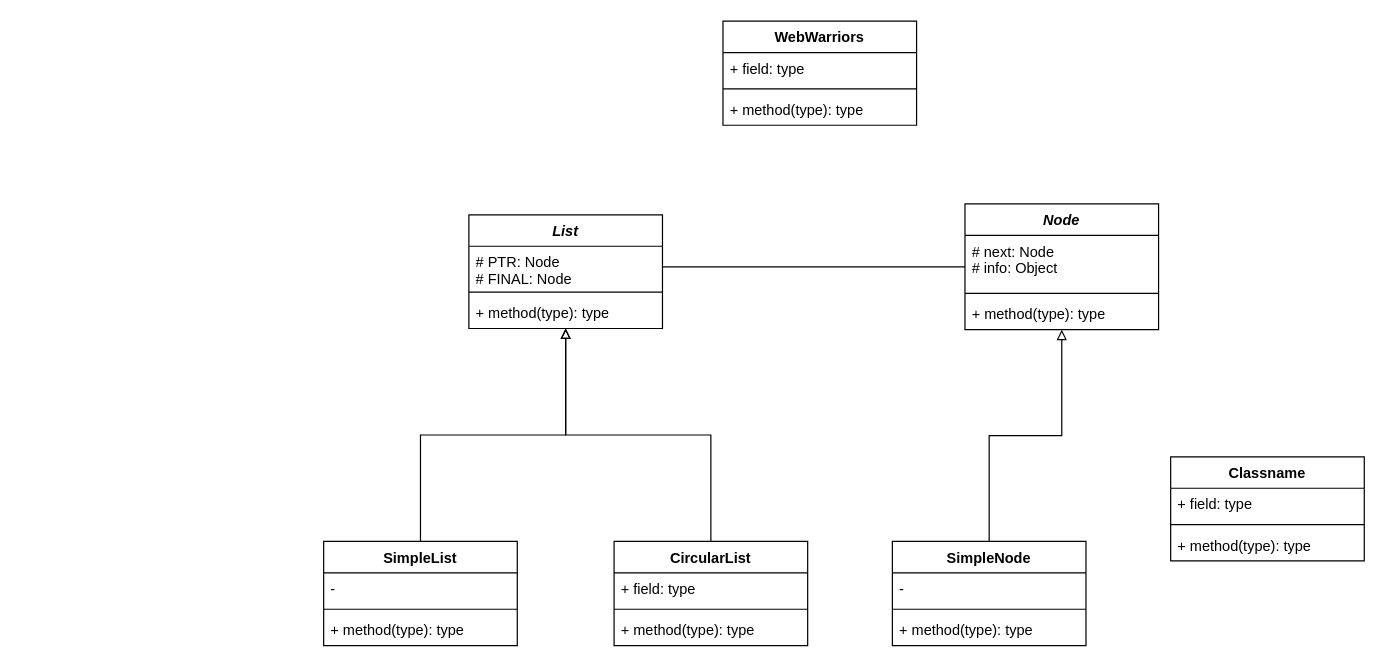
This is Web warriors.drawio from Ally2403/Web-Warriors, a draw.io file, before an edit. Source tidied: cells renumbered, new cells numbered last; positions are measured from the earlier drawing's top-left corner, leaving out a move shared by most shapes. Both pictures are drawn from the tidied source at 121%, with x=0, y=0 at pixel (323, 21).
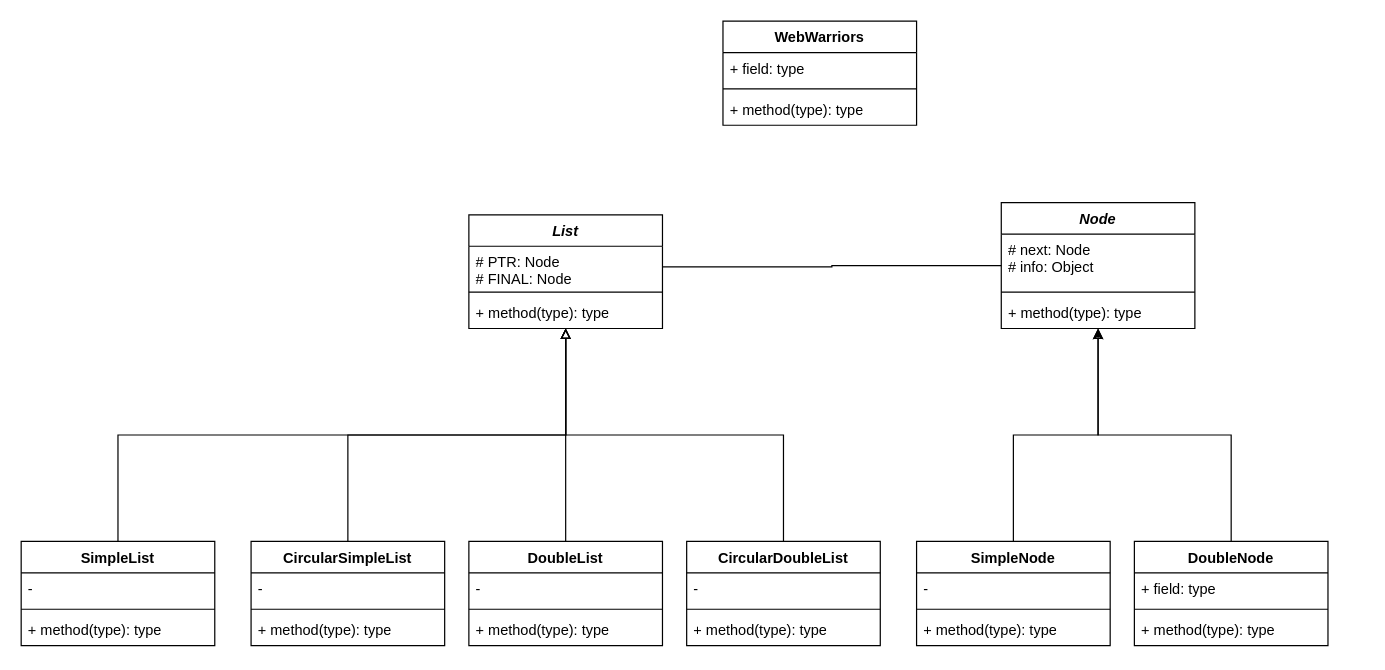
The same diagram, later.

Commit message:
List classes added.drawio

The change refers to these unchanged cells:
```xml
<mxCell id="6" value="&lt;i&gt;List&lt;/i&gt;" style="swimlane;fontStyle=1;align=center;verticalAlign=top;horizontal=1;startSize=26;whiteSpace=wrap;html=1;" parent="1" vertex="1">
  <mxGeometry x="120" y="160" width="160" height="94" as="geometry" />
</mxCell>
```

What changed in the source:
```diff
@@
     <mxCell id="11" value="SimpleList" style="swimlane;fontStyle=1;align=center;verticalAlign=top;horizontal=1;startSize=26;whiteSpace=wrap;html=1;" parent="1" vertex="1">
-      <mxGeometry y="430" width="160" height="86" as="geometry" />
+      <mxGeometry x="-250" y="430" width="160" height="86" as="geometry" />
     </mxCell>
@@
-    <mxCell id="16" value="CircularList" style="swimlane;fontStyle=1;align=center;verticalAlign=top;horizontal=1;startSize=26;whiteSpace=wrap;html=1;" parent="1" vertex="1">
-      <mxGeometry x="240" y="430" width="160" height="86" as="geometry" />
+    <mxCell id="16" value="CircularSimpleList" style="swimlane;fontStyle=1;align=center;verticalAlign=top;horizontal=1;startSize=26;whiteSpace=wrap;html=1;" parent="1" vertex="1">
+      <mxGeometry x="-60" y="430" width="160" height="86" as="geometry" />
     </mxCell>
-    <mxCell id="17" value="+ field: type" style="text;strokeColor=none;fillColor=none;align=left;verticalAlign=top;spacingLeft=4;spacingRight=4;overflow=hidden;whiteSpace=wrap;html=1;" parent="16" vertex="1">
+    <mxCell id="17" value="-" style="text;strokeColor=none;fillColor=none;align=left;verticalAlign=top;spacingLeft=4;spacingRight=4;overflow=hidden;whiteSpace=wrap;html=1;" parent="16" vertex="1">
       <mxGeometry y="26" width="160" height="26" as="geometry" />
     </mxCell>
@@
     <mxCell id="20" value="&lt;i&gt;Node&lt;/i&gt;" style="swimlane;fontStyle=1;align=center;verticalAlign=top;horizontal=1;startSize=26;whiteSpace=wrap;html=1;" parent="1" vertex="1">
-      <mxGeometry x="530" y="151" width="160" height="104" as="geometry" />
+      <mxGeometry x="560" y="150" width="160" height="104" as="geometry" />
     </mxCell>
@@
     <mxCell id="25" value="SimpleNode" style="swimlane;fontStyle=1;align=center;verticalAlign=top;horizontal=1;startSize=26;whiteSpace=wrap;html=1;" parent="1" vertex="1">
-      <mxGeometry x="470" y="430" width="160" height="86" as="geometry" />
+      <mxGeometry x="490" y="430" width="160" height="86" as="geometry" />
     </mxCell>
@@
+    <mxCell id="34" style="edgeStyle=orthogonalEdgeStyle;rounded=0;jettySize=auto;html=1;exitX=0.5;exitY=0;exitDx=0;exitDy=0;" parent="1" edge="1" source="30" target="20">
+      <mxGeometry relative="1" as="geometry" />
+    </mxCell>
-    <mxCell id="30" value="Classname" style="swimlane;fontStyle=1;align=center;verticalAlign=top;horizontal=1;startSize=26;whiteSpace=wrap;html=1;" parent="1" vertex="1">
-      <mxGeometry x="700" y="360" width="160" height="86" as="geometry" />
+    <mxCell id="30" value="DoubleNode" style="swimlane;fontStyle=1;align=center;verticalAlign=top;horizontal=1;startSize=26;whiteSpace=wrap;html=1;" parent="1" vertex="1">
+      <mxGeometry x="670" y="430" width="160" height="86" as="geometry" />
     </mxCell>
@@
+    <mxCell id="35" style="edgeStyle=orthogonalEdgeStyle;rounded=0;jettySize=auto;html=1;exitX=0.5;exitY=0;exitDx=0;exitDy=0;endArrow=block;endFill=0;" parent="1" edge="1" source="36" target="6">
+      <mxGeometry relative="1" as="geometry" />
+    </mxCell>
+    <mxCell id="36" value="DoubleList" style="swimlane;fontStyle=1;align=center;verticalAlign=top;horizontal=1;startSize=26;whiteSpace=wrap;html=1;" parent="1" vertex="1">
+      <mxGeometry x="120" y="430" width="160" height="86" as="geometry" />
+    </mxCell>
+    <mxCell id="37" value="-" style="text;strokeColor=none;fillColor=none;align=left;verticalAlign=top;spacingLeft=4;spacingRight=4;overflow=hidden;whiteSpace=wrap;html=1;" parent="36" vertex="1">
+      <mxGeometry y="26" width="160" height="26" as="geometry" />
+    </mxCell>
+    <mxCell id="38" style="line;strokeWidth=1;fillColor=none;align=left;verticalAlign=middle;spacingTop=-1;spacingLeft=3;spacingRight=3;labelPosition=right;strokeColor=inherit;" parent="36" vertex="1">
+      <mxGeometry y="52" width="160" height="8" as="geometry" />
+    </mxCell>
+    <mxCell id="39" value="+ method(type): type" style="text;strokeColor=none;fillColor=none;align=left;verticalAlign=top;spacingLeft=4;spacingRight=4;overflow=hidden;whiteSpace=wrap;html=1;" parent="36" vertex="1">
+      <mxGeometry y="60" width="160" height="26" as="geometry" />
+    </mxCell>
+    <mxCell id="40" style="edgeStyle=orthogonalEdgeStyle;rounded=0;jettySize=auto;html=1;exitX=0.5;exitY=0;exitDx=0;exitDy=0;endArrow=block;endFill=0;" parent="1" edge="1" source="41" target="6">
+      <mxGeometry relative="1" as="geometry" />
+    </mxCell>
+    <mxCell id="41" value="CircularDoubleList" style="swimlane;fontStyle=1;align=center;verticalAlign=top;horizontal=1;startSize=26;whiteSpace=wrap;html=1;" parent="1" vertex="1">
+      <mxGeometry x="300" y="430" width="160" height="86" as="geometry" />
+    </mxCell>
+    <mxCell id="42" value="-" style="text;strokeColor=none;fillColor=none;align=left;verticalAlign=top;spacingLeft=4;spacingRight=4;overflow=hidden;whiteSpace=wrap;html=1;" parent="41" vertex="1">
+      <mxGeometry y="26" width="160" height="26" as="geometry" />
+    </mxCell>
+    <mxCell id="43" style="line;strokeWidth=1;fillColor=none;align=left;verticalAlign=middle;spacingTop=-1;spacingLeft=3;spacingRight=3;labelPosition=right;strokeColor=inherit;" parent="41" vertex="1">
+      <mxGeometry y="52" width="160" height="8" as="geometry" />
+    </mxCell>
+    <mxCell id="44" value="+ method(type): type" style="text;strokeColor=none;fillColor=none;align=left;verticalAlign=top;spacingLeft=4;spacingRight=4;overflow=hidden;whiteSpace=wrap;html=1;" parent="41" vertex="1">
+      <mxGeometry y="60" width="160" height="26" as="geometry" />
+    </mxCell>
```
